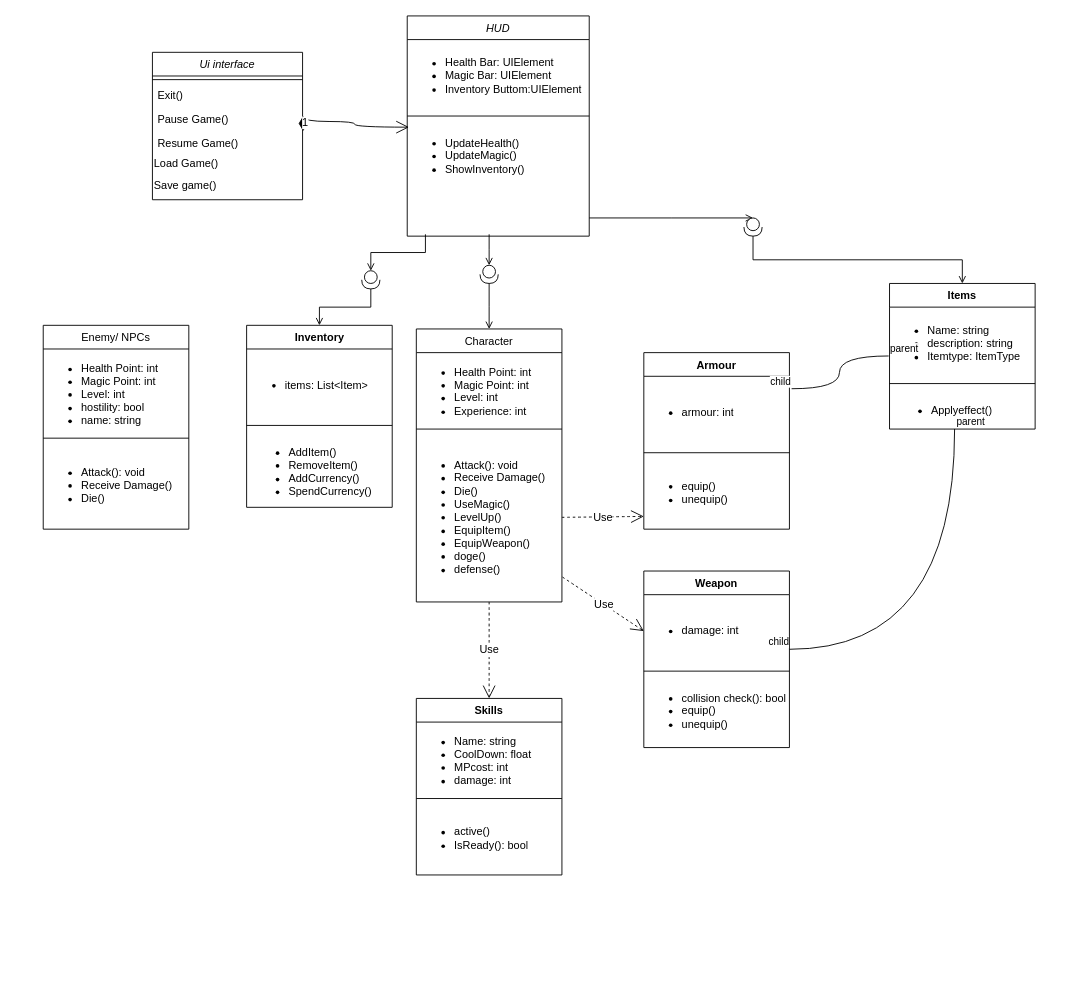
Before: Game_UML_diagram.drawio in AndyC00/Ubi_hard-Game, a draw.io diagram. Source tidied: cells renumbered, new cells numbered last; positions are measured from the earlier drawing's top-left corner, leaving out a move shared by most shapes. Both pictures are drawn from the tidied source at 91%, with x=0, y=0 at pixel (43, 15).
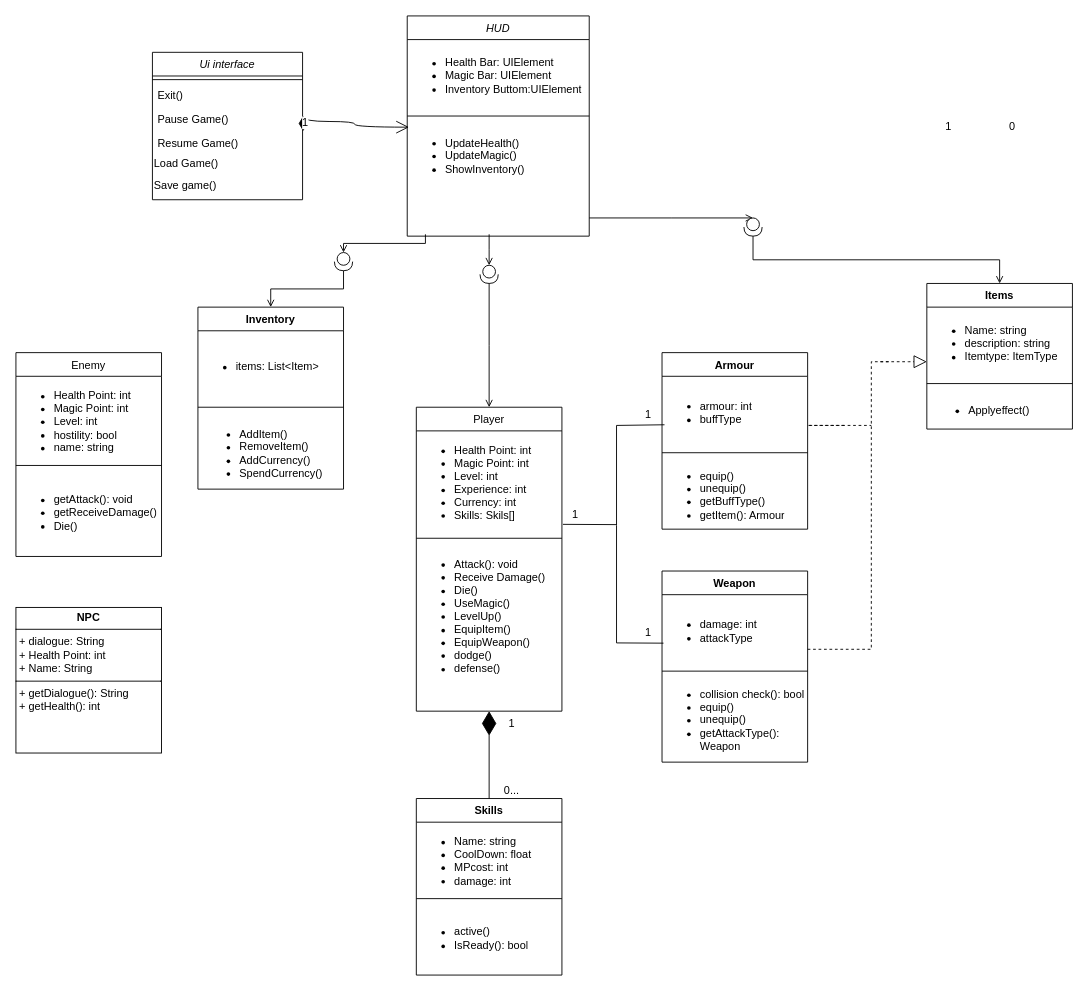
The same page after the edit.

The change refers to these unchanged cells:
```xml
<mxCell id="19" value="&lt;ul&gt;&lt;li&gt;Name: string&lt;/li&gt;&lt;li&gt;description: string&lt;/li&gt;&lt;li&gt;Itemtype: ItemType&lt;/li&gt;&lt;/ul&gt;" style="text;strokeColor=none;fillColor=none;html=1;whiteSpace=wrap;verticalAlign=middle;overflow=hidden;" parent="18" vertex="1">
  <mxGeometry y="26" width="160" height="80" as="geometry" />
</mxCell>
<mxCell id="21" value="&lt;ul&gt;&lt;li&gt;Applyeffect()&lt;/li&gt;&lt;/ul&gt;" style="text;strokeColor=none;fillColor=none;align=left;verticalAlign=top;spacingLeft=4;spacingRight=4;overflow=hidden;points=[[0,0.5],[1,0.5]];portConstraint=eastwest;whiteSpace=wrap;html=1;" parent="18" vertex="1">
  <mxGeometry y="114" width="160" height="46" as="geometry" />
</mxCell>
```

Diff of the diagram source:
```diff
@@
-    <mxCell id="9" value="Character" style="swimlane;fontStyle=0;align=center;verticalAlign=top;horizontal=1;startSize=26;rounded=0;shadow=0;strokeWidth=1;" parent="1" vertex="1">
-      <mxGeometry x="410" y="344" width="160" height="300" as="geometry" />
+    <mxCell id="9" value="Player" style="swimlane;fontStyle=0;align=center;verticalAlign=top;horizontal=1;startSize=26;rounded=0;shadow=0;strokeWidth=1;" parent="1" vertex="1">
+      <mxGeometry x="410" y="430" width="160" height="334" as="geometry" />
     </mxCell>
-    <mxCell id="10" value="&lt;ul&gt;&lt;li&gt;Health Point: int&lt;/li&gt;&lt;li&gt;Magic Point: int&lt;/li&gt;&lt;li&gt;Level: int&lt;/li&gt;&lt;li&gt;Experience: int&lt;/li&gt;&lt;/ul&gt;" style="text;strokeColor=none;fillColor=none;html=1;whiteSpace=wrap;verticalAlign=middle;overflow=hidden;" parent="9" vertex="1">
-      <mxGeometry y="26" width="160" height="80" as="geometry" />
+    <mxCell id="10" value="&lt;ul&gt;&lt;li&gt;Health Point: int&lt;/li&gt;&lt;li&gt;Magic Point: int&lt;/li&gt;&lt;li&gt;Level: int&lt;/li&gt;&lt;li&gt;Experience: int&lt;/li&gt;&lt;li&gt;Currency: int&lt;/li&gt;&lt;li&gt;Skills: Skils[]&lt;/li&gt;&lt;/ul&gt;" style="text;strokeColor=none;fillColor=none;html=1;whiteSpace=wrap;verticalAlign=middle;overflow=hidden;" parent="9" vertex="1">
+      <mxGeometry y="26" width="160" height="114" as="geometry" />
     </mxCell>
     <mxCell id="11" style="line;html=1;strokeWidth=1;align=left;verticalAlign=middle;spacingTop=-1;spacingLeft=3;spacingRight=3;labelPosition=right;" parent="9" vertex="1">
-      <mxGeometry y="106" width="160" height="8" as="geometry" />
+      <mxGeometry y="140" width="160" height="8" as="geometry" />
     </mxCell>
-    <mxCell id="12" value="&lt;ul&gt;&lt;li&gt;Attack(): void&lt;/li&gt;&lt;li&gt;Receive Damage()&lt;/li&gt;&lt;li&gt;Die()&lt;/li&gt;&lt;li&gt;UseMagic()&lt;/li&gt;&lt;li&gt;LevelUp()&lt;/li&gt;&lt;li&gt;EquipItem()&lt;/li&gt;&lt;li&gt;EquipWeapon()&lt;/li&gt;&lt;li&gt;doge()&lt;/li&gt;&lt;li&gt;defense()&lt;/li&gt;&lt;/ul&gt;" style="text;strokeColor=none;fillColor=none;html=1;whiteSpace=wrap;verticalAlign=middle;overflow=hidden;" parent="9" vertex="1">
-      <mxGeometry y="114" width="160" height="186" as="geometry" />
+    <mxCell id="12" value="&lt;ul&gt;&lt;li&gt;Attack(): void&lt;/li&gt;&lt;li&gt;Receive Damage()&lt;/li&gt;&lt;li&gt;Die()&lt;/li&gt;&lt;li&gt;UseMagic()&lt;/li&gt;&lt;li&gt;LevelUp()&lt;/li&gt;&lt;li&gt;EquipItem()&lt;/li&gt;&lt;li&gt;EquipWeapon()&lt;/li&gt;&lt;li&gt;dodge()&lt;/li&gt;&lt;li&gt;defense()&lt;/li&gt;&lt;/ul&gt;" style="text;strokeColor=none;fillColor=none;html=1;whiteSpace=wrap;verticalAlign=middle;overflow=hidden;" parent="9" vertex="1">
+      <mxGeometry y="148" width="160" height="164" as="geometry" />
     </mxCell>
@@
-    <mxCell id="14" value="Enemy/ NPCs" style="swimlane;fontStyle=0;align=center;verticalAlign=top;horizontal=1;startSize=26;rounded=0;shadow=0;strokeWidth=1;" parent="1" vertex="1">
-      <mxGeometry y="340" width="160" height="224" as="geometry" />
+    <mxCell id="14" value="Enemy&#10;" style="swimlane;fontStyle=0;align=center;verticalAlign=top;horizontal=1;startSize=26;rounded=0;shadow=0;strokeWidth=1;" parent="1" vertex="1">
+      <mxGeometry x="-30" y="370" width="160" height="224" as="geometry" />
     </mxCell>
@@
-    <mxCell id="17" value="&lt;ul&gt;&lt;li&gt;Attack(): void&lt;/li&gt;&lt;li&gt;Receive Damage()&lt;/li&gt;&lt;li&gt;Die()&lt;/li&gt;&lt;/ul&gt;" style="text;strokeColor=none;fillColor=none;html=1;whiteSpace=wrap;verticalAlign=middle;overflow=hidden;" parent="14" vertex="1">
+    <mxCell id="17" value="&lt;ul&gt;&lt;li&gt;getAttack(): void&lt;/li&gt;&lt;li&gt;getReceiveDamage()&lt;/li&gt;&lt;li&gt;Die()&lt;/li&gt;&lt;/ul&gt;" style="text;strokeColor=none;fillColor=none;html=1;whiteSpace=wrap;verticalAlign=middle;overflow=hidden;" parent="14" vertex="1">
       <mxGeometry y="128" width="160" height="96" as="geometry" />
     </mxCell>
     <mxCell id="18" value="Items" style="swimlane;fontStyle=1;align=center;verticalAlign=top;horizontal=1;startSize=26;whiteSpace=wrap;html=1;" parent="1" vertex="1">
-      <mxGeometry x="930" y="294" width="160" height="160" as="geometry" />
+      <mxGeometry x="971" y="294" width="160" height="160" as="geometry" />
     </mxCell>
@@
     <mxCell id="22" value="Skills" style="swimlane;fontStyle=1;align=center;verticalAlign=top;horizontal=1;startSize=26;whiteSpace=wrap;html=1;" parent="1" vertex="1">
-      <mxGeometry x="410" y="750" width="160" height="194" as="geometry" />
+      <mxGeometry x="410" y="860" width="160" height="194" as="geometry" />
     </mxCell>
@@
     <mxCell id="26" value="Weapon" style="swimlane;fontStyle=1;align=center;verticalAlign=top;horizontal=1;startSize=26;whiteSpace=wrap;html=1;" parent="1" vertex="1">
-      <mxGeometry x="660" y="610" width="160" height="194" as="geometry" />
+      <mxGeometry x="680" y="610" width="160" height="210" as="geometry" />
     </mxCell>
-    <mxCell id="27" value="&lt;ul&gt;&lt;li&gt;damage: int&lt;/li&gt;&lt;/ul&gt;" style="text;strokeColor=none;fillColor=none;html=1;whiteSpace=wrap;verticalAlign=middle;overflow=hidden;" parent="26" vertex="1">
+    <mxCell id="27" value="&lt;ul&gt;&lt;li&gt;damage: int&lt;/li&gt;&lt;li&gt;attackType&lt;/li&gt;&lt;/ul&gt;" style="text;strokeColor=none;fillColor=none;html=1;whiteSpace=wrap;verticalAlign=middle;overflow=hidden;" parent="26" vertex="1">
       <mxGeometry y="26" width="160" height="80" as="geometry" />
     </mxCell>
@@
-    <mxCell id="29" value="&lt;ul&gt;&lt;li&gt;collision check(): bool&lt;/li&gt;&lt;li&gt;equip()&lt;/li&gt;&lt;li&gt;unequip()&lt;/li&gt;&lt;/ul&gt;" style="text;strokeColor=none;fillColor=none;html=1;whiteSpace=wrap;verticalAlign=middle;overflow=hidden;" parent="26" vertex="1">
-      <mxGeometry y="114" width="160" height="80" as="geometry" />
+    <mxCell id="29" value="&lt;ul&gt;&lt;li&gt;collision check(): bool&lt;/li&gt;&lt;li&gt;equip()&lt;/li&gt;&lt;li&gt;unequip()&lt;/li&gt;&lt;li&gt;getAttackType(): Weapon&lt;/li&gt;&lt;/ul&gt;" style="text;strokeColor=none;fillColor=none;html=1;whiteSpace=wrap;verticalAlign=middle;overflow=hidden;" parent="26" vertex="1">
+      <mxGeometry y="114" width="160" height="96" as="geometry" />
     </mxCell>
     <mxCell id="30" value="Armour" style="swimlane;fontStyle=1;align=center;verticalAlign=top;horizontal=1;startSize=26;whiteSpace=wrap;html=1;" parent="1" vertex="1">
-      <mxGeometry x="660" y="370" width="160" height="194" as="geometry" />
+      <mxGeometry x="680" y="370" width="160" height="194" as="geometry" />
     </mxCell>
-    <mxCell id="31" value="&lt;ul&gt;&lt;li&gt;armour: int&lt;/li&gt;&lt;/ul&gt;" style="text;strokeColor=none;fillColor=none;html=1;whiteSpace=wrap;verticalAlign=middle;overflow=hidden;" parent="30" vertex="1">
+    <mxCell id="31" value="&lt;ul&gt;&lt;li&gt;armour: int&lt;/li&gt;&lt;li&gt;buffType&lt;/li&gt;&lt;/ul&gt;" style="text;strokeColor=none;fillColor=none;html=1;whiteSpace=wrap;verticalAlign=middle;overflow=hidden;" parent="30" vertex="1">
       <mxGeometry y="26" width="160" height="80" as="geometry" />
     </mxCell>
@@
-    <mxCell id="33" value="&lt;ul&gt;&lt;li&gt;equip()&lt;/li&gt;&lt;li&gt;unequip()&lt;/li&gt;&lt;/ul&gt;" style="text;strokeColor=none;fillColor=none;html=1;whiteSpace=wrap;verticalAlign=middle;overflow=hidden;" parent="30" vertex="1">
+    <mxCell id="33" value="&lt;ul&gt;&lt;li&gt;equip()&lt;/li&gt;&lt;li&gt;unequip()&lt;/li&gt;&lt;li&gt;getBuffType()&lt;/li&gt;&lt;li&gt;getItem(): Armour&lt;/li&gt;&lt;/ul&gt;" style="text;strokeColor=none;fillColor=none;html=1;whiteSpace=wrap;verticalAlign=middle;overflow=hidden;" parent="30" vertex="1">
       <mxGeometry y="114" width="160" height="80" as="geometry" />
     </mxCell>
     <mxCell id="34" value="Inventory" style="swimlane;fontStyle=1;align=center;verticalAlign=top;horizontal=1;startSize=26;whiteSpace=wrap;html=1;" parent="1" vertex="1">
-      <mxGeometry x="223.5" y="340" width="160" height="200" as="geometry" />
+      <mxGeometry x="170" y="320" width="160" height="200" as="geometry" />
     </mxCell>
@@
-    <mxCell id="42" style="endArrow=none;html=1;edgeStyle=orthogonalEdgeStyle;rounded=0;fontSize=12;startSize=8;endSize=8;curved=1;entryX=1;entryY=0.75;entryDx=0;entryDy=0;exitX=0.447;exitY=0.998;exitDx=0;exitDy=0;exitPerimeter=0;" parent="1" edge="1" source="21" target="27">
-      <mxGeometry relative="1" as="geometry" />
-    </mxCell>
-    <mxCell id="43" value="parent" style="edgeLabel;html=1;align=left;verticalAlign=bottom;" parent="42" vertex="1">
-      <mxGeometry x="-1" relative="1" as="geometry" />
-    </mxCell>
-    <mxCell id="44" value="child" style="edgeLabel;html=1;align=right;verticalAlign=bottom;" parent="42" vertex="1">
-      <mxGeometry x="1" relative="1" as="geometry" />
-    </mxCell>
-    <mxCell id="45" style="endArrow=none;html=1;edgeStyle=orthogonalEdgeStyle;rounded=0;fontSize=12;startSize=8;endSize=8;curved=1;exitX=-0.006;exitY=0.671;exitDx=0;exitDy=0;exitPerimeter=0;entryX=1.015;entryY=0.171;entryDx=0;entryDy=0;entryPerimeter=0;" parent="1" edge="1" source="19" target="31">
-      <mxGeometry relative="1" as="geometry" />
-    </mxCell>
-    <mxCell id="46" value="parent" style="edgeLabel;html=1;align=left;verticalAlign=bottom;" parent="45" vertex="1">
-      <mxGeometry x="-1" relative="1" as="geometry" />
-    </mxCell>
-    <mxCell id="47" value="child" style="edgeLabel;html=1;align=right;verticalAlign=bottom;" parent="45" vertex="1">
-      <mxGeometry x="1" relative="1" as="geometry" />
-    </mxCell>
@@
     <mxCell id="56" style="shape=providedRequiredInterface;html=1;verticalLabelPosition=bottom;sketch=0;rotation=90;" parent="1" vertex="1">
-      <mxGeometry x="350" y="280" width="20" height="20" as="geometry" />
+      <mxGeometry x="320" y="260" width="20" height="20" as="geometry" />
     </mxCell>
-    <mxCell id="57" value="Use" style="endArrow=open;endSize=12;dashed=1;html=1;rounded=0;fontSize=12;curved=1;exitX=0.5;exitY=1;exitDx=0;exitDy=0;entryX=0.5;entryY=0;entryDx=0;entryDy=0;" parent="1" edge="1" source="12" target="22">
-      <mxGeometry relative="1" as="geometry" />
-    </mxCell>
-    <mxCell id="58" value="Use" style="endArrow=open;endSize=12;dashed=1;html=1;rounded=0;fontSize=12;curved=1;exitX=1.004;exitY=0.853;exitDx=0;exitDy=0;entryX=0;entryY=0.5;entryDx=0;entryDy=0;exitPerimeter=0;" parent="1" edge="1" source="12" target="27">
-      <mxGeometry relative="1" as="geometry" />
-    </mxCell>
-    <mxCell id="59" value="Use" style="endArrow=open;endSize=12;dashed=1;html=1;rounded=0;fontSize=12;curved=1;exitX=1;exitY=0.5;exitDx=0;exitDy=0;" parent="1" edge="1" source="12">
-      <mxGeometry relative="1" as="geometry">
-        <mxPoint x="660" y="550" as="targetPoint" />
-      </mxGeometry>
-    </mxCell>
+    <mxCell id="60" value="&lt;p style=&quot;margin:0px;margin-top:4px;text-align:center;&quot;&gt;&lt;b&gt;NPC&lt;/b&gt;&lt;/p&gt;&lt;hr size=&quot;1&quot; style=&quot;border-style:solid;&quot;&gt;&lt;p style=&quot;margin:0px;margin-left:4px;&quot;&gt;+ dialogue: String&lt;/p&gt;&lt;p style=&quot;margin:0px;margin-left:4px;&quot;&gt;+ Health Point: int&lt;/p&gt;&lt;p style=&quot;margin:0px;margin-left:4px;&quot;&gt;+ Name: String&lt;/p&gt;&lt;hr size=&quot;1&quot; style=&quot;border-style:solid;&quot;&gt;&lt;p style=&quot;margin:0px;margin-left:4px;&quot;&gt;+ getDialogue(): String&lt;/p&gt;&lt;p style=&quot;margin:0px;margin-left:4px;&quot;&gt;+ getHealth(): int&lt;/p&gt;" style="verticalAlign=top;align=left;overflow=fill;html=1;whiteSpace=wrap;" parent="1" vertex="1">
+      <mxGeometry x="-30" y="650" width="160" height="160" as="geometry" />
+    </mxCell>
+    <mxCell id="61" style="endArrow=none;html=1;rounded=0;entryX=0.01;entryY=0.666;entryDx=0;entryDy=0;entryPerimeter=0;exitX=0.017;exitY=0.666;exitDx=0;exitDy=0;exitPerimeter=0;" parent="1" edge="1" source="31" target="27">
+      <mxGeometry relative="1" as="geometry">
+        <Array as="points">
+          <mxPoint x="630" y="450" />
+          <mxPoint x="630" y="560" />
+          <mxPoint x="630" y="689" />
+        </Array>
+      </mxGeometry>
+    </mxCell>
+    <mxCell id="62" style="endArrow=none;html=1;rounded=0;exitX=1.007;exitY=0.901;exitDx=0;exitDy=0;exitPerimeter=0;" parent="1" edge="1" source="10">
+      <mxGeometry relative="1" as="geometry">
+        <mxPoint x="630" y="559" as="targetPoint" />
+      </mxGeometry>
+    </mxCell>
+    <mxCell id="63" value="1" style="text;html=1;align=center;verticalAlign=middle;whiteSpace=wrap;rounded=0;" parent="1" vertex="1">
+      <mxGeometry x="980" y="114" width="30" height="16" as="geometry" />
+    </mxCell>
+    <mxCell id="64" value="0" style="text;html=1;align=center;verticalAlign=middle;whiteSpace=wrap;rounded=0;" parent="1" vertex="1">
+      <mxGeometry x="1050" y="114" width="30" height="16" as="geometry" />
+    </mxCell>
+    <mxCell id="65" value="1" style="text;html=1;align=center;verticalAlign=middle;whiteSpace=wrap;rounded=0;" parent="1" vertex="1">
+      <mxGeometry x="650" y="430" width="30" height="16" as="geometry" />
+    </mxCell>
+    <mxCell id="66" value="1" style="text;html=1;align=center;verticalAlign=middle;whiteSpace=wrap;rounded=0;" parent="1" vertex="1">
+      <mxGeometry x="570" y="540" width="30" height="16" as="geometry" />
+    </mxCell>
+    <mxCell id="67" value="1" style="text;html=1;align=center;verticalAlign=middle;whiteSpace=wrap;rounded=0;" parent="1" vertex="1">
+      <mxGeometry x="650" y="670" width="30" height="16" as="geometry" />
+    </mxCell>
+    <mxCell id="68" style="endArrow=none;dashed=1;html=1;rounded=0;exitX=1;exitY=0.75;exitDx=0;exitDy=0;" parent="1" edge="1" source="27">
+      <mxGeometry relative="1" as="geometry">
+        <mxPoint x="930" y="380" as="targetPoint" />
+        <Array as="points">
+          <mxPoint x="910" y="696" />
+          <mxPoint x="910" y="450" />
+          <mxPoint x="910" y="380" />
+        </Array>
+      </mxGeometry>
+    </mxCell>
+    <mxCell id="69" style="endArrow=none;dashed=1;html=1;rounded=0;" parent="1" edge="1">
+      <mxGeometry relative="1" as="geometry">
+        <mxPoint x="880" y="450" as="sourcePoint" />
+        <mxPoint x="910" y="450" as="targetPoint" />
+        <Array as="points">
+          <mxPoint x="840" y="450" />
+        </Array>
+      </mxGeometry>
+    </mxCell>
+    <mxCell id="70" style="endArrow=block;dashed=1;endFill=0;endSize=12;html=1;rounded=0;" parent="1" edge="1">
+      <mxGeometry relative="1" as="geometry">
+        <mxPoint x="920" y="380" as="sourcePoint" />
+        <mxPoint x="971" y="380" as="targetPoint" />
+        <Array as="points">
+          <mxPoint x="951" y="380" />
+        </Array>
+      </mxGeometry>
+    </mxCell>
+    <mxCell id="71" style="endArrow=diamondThin;endFill=1;endSize=24;html=1;rounded=0;entryX=0.5;entryY=1;entryDx=0;entryDy=0;exitX=0.5;exitY=0;exitDx=0;exitDy=0;" parent="1" edge="1" source="22" target="9">
+      <mxGeometry relative="1" as="geometry" />
+    </mxCell>
+    <mxCell id="72" value="1" style="text;html=1;align=center;verticalAlign=middle;whiteSpace=wrap;rounded=0;" parent="1" vertex="1">
+      <mxGeometry x="500" y="770" width="30" height="16" as="geometry" />
+    </mxCell>
+    <mxCell id="73" value="0..." style="text;html=1;align=center;verticalAlign=middle;whiteSpace=wrap;rounded=0;" parent="1" vertex="1">
+      <mxGeometry x="500" y="844" width="30" height="16" as="geometry" />
+    </mxCell>
```
